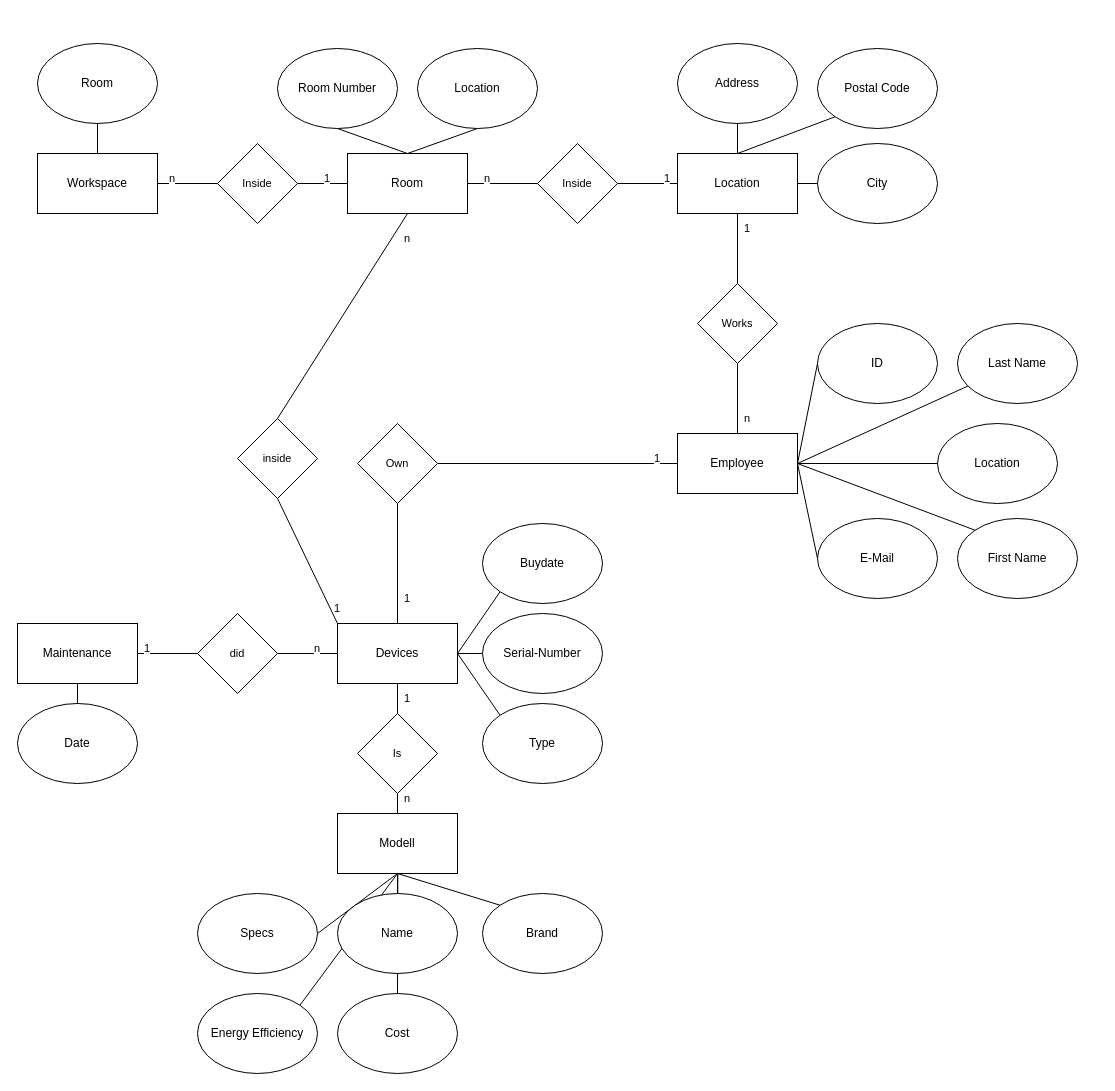
Earlier version of the draw.io diagram Planing/ER Modell.drawio (Moesly2904/Learning_Field_02). Source tidied: cells renumbered, new cells numbered last; positions are measured from the earlier drawing's top-left corner, leaving out a move shared by most shapes. Both pictures are drawn from the tidied source at 100%, with x=0, y=0 at pixel (17, 43).
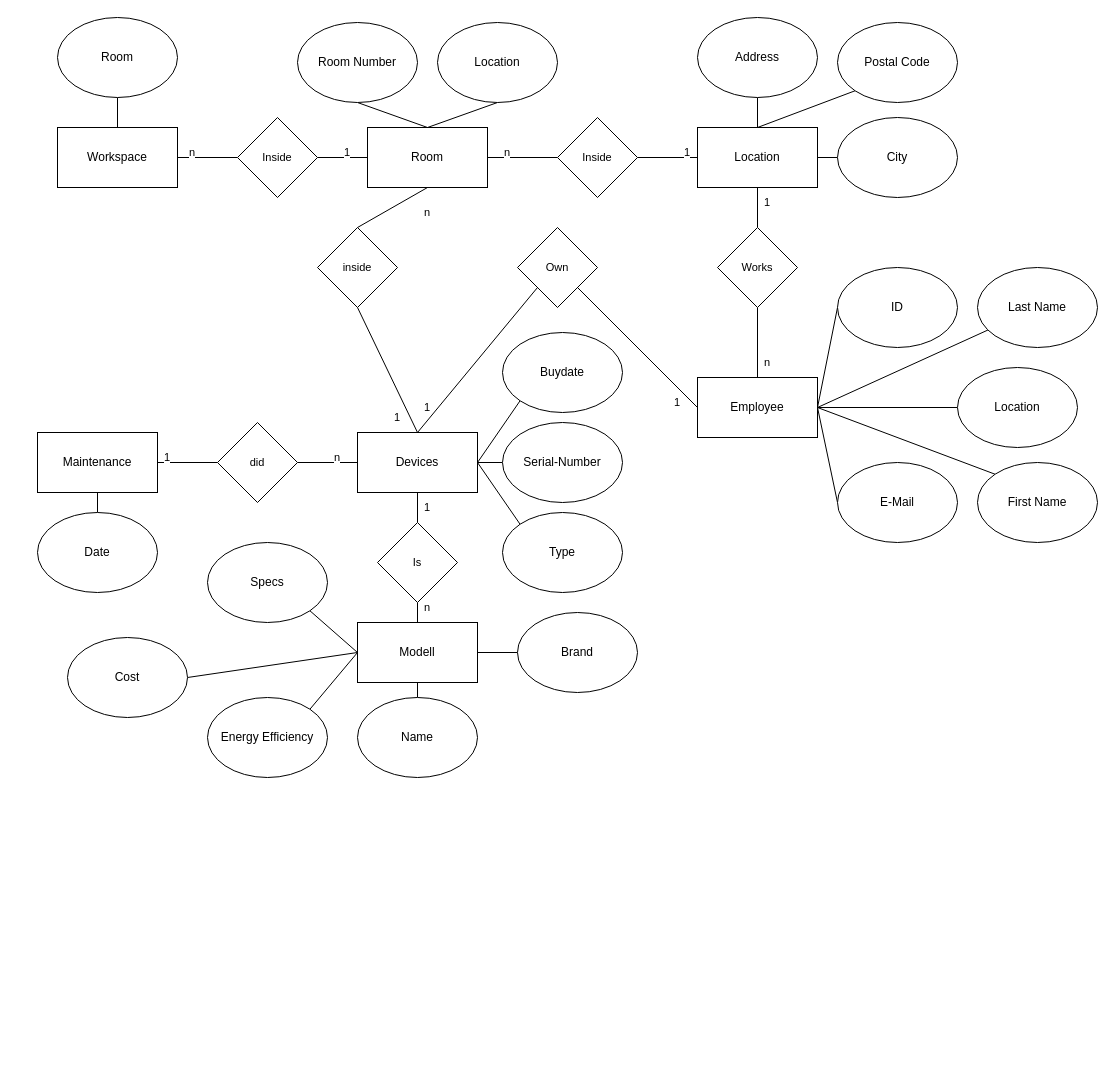
The same page after the edit.

Change to the diagram source:
```diff
@@
     <mxCell id="2" style="edgeStyle=none;shape=connector;rounded=0;jettySize=auto;html=1;exitX=0;exitY=0;exitDx=0;exitDy=0;strokeColor=default;align=center;verticalAlign=middle;fontFamily=Helvetica;fontSize=11;fontColor=default;labelBackgroundColor=default;endArrow=none;endFill=0;" parent="1" edge="1" source="30">
       <mxGeometry relative="1" as="geometry">
-        <mxPoint x="780" y="420" as="targetPoint" />
+        <mxPoint x="800" y="364" as="targetPoint" />
       </mxGeometry>
     </mxCell>
@@
-    <mxCell id="4" style="edgeStyle=none;shape=connector;rounded=0;jettySize=auto;html=1;exitX=0;exitY=0;exitDx=0;exitDy=0;entryX=0.5;entryY=1;entryDx=0;entryDy=0;strokeColor=default;align=center;verticalAlign=middle;fontFamily=Helvetica;fontSize=11;fontColor=default;labelBackgroundColor=default;endArrow=none;endFill=0;" parent="1" edge="1" source="5" target="81">
+    <mxCell id="4" style="edgeStyle=none;shape=connector;rounded=0;jettySize=auto;html=1;exitX=0.5;exitY=0;exitDx=0;exitDy=0;entryX=0.5;entryY=1;entryDx=0;entryDy=0;strokeColor=default;align=center;verticalAlign=middle;fontFamily=Helvetica;fontSize=11;fontColor=default;labelBackgroundColor=default;endArrow=none;endFill=0;" parent="1" edge="1" source="5" target="81">
       <mxGeometry relative="1" as="geometry" />
     </mxCell>
     <mxCell id="5" value="Devices" style="rounded=0;whiteSpace=wrap;html=1;" parent="1" vertex="1">
-      <mxGeometry x="320" y="580" width="120" height="60" as="geometry" />
+      <mxGeometry x="340" y="389" width="120" height="60" as="geometry" />
     </mxCell>
@@
     <mxCell id="7" value="Type" style="ellipse;whiteSpace=wrap;html=1;" parent="1" vertex="1">
-      <mxGeometry x="465" y="660" width="120" height="80" as="geometry" />
+      <mxGeometry x="485" y="469" width="120" height="80" as="geometry" />
     </mxCell>
@@
     <mxCell id="9" value="Modell" style="rounded=0;whiteSpace=wrap;html=1;" parent="1" vertex="1">
-      <mxGeometry x="320" y="770" width="120" height="60" as="geometry" />
+      <mxGeometry x="340" y="579" width="120" height="60" as="geometry" />
     </mxCell>
@@
     <mxCell id="11" value="Buydate" style="ellipse;whiteSpace=wrap;html=1;" parent="1" vertex="1">
-      <mxGeometry x="465" y="480" width="120" height="80" as="geometry" />
+      <mxGeometry x="485" y="289" width="120" height="80" as="geometry" />
     </mxCell>
     <mxCell id="12" value="Maintenance" style="rounded=0;whiteSpace=wrap;html=1;" parent="1" vertex="1">
-      <mxGeometry y="580" width="120" height="60" as="geometry" />
+      <mxGeometry x="20" y="389" width="120" height="60" as="geometry" />
     </mxCell>
@@
     <mxCell id="14" value="Date" style="ellipse;whiteSpace=wrap;html=1;" parent="1" vertex="1">
-      <mxGeometry y="660" width="120" height="80" as="geometry" />
+      <mxGeometry x="20" y="469" width="120" height="80" as="geometry" />
     </mxCell>
@@
     <mxCell id="16" value="Workspace" style="rounded=0;whiteSpace=wrap;html=1;" parent="1" vertex="1">
-      <mxGeometry x="20" y="110" width="120" height="60" as="geometry" />
+      <mxGeometry x="40" y="84" width="120" height="60" as="geometry" />
     </mxCell>
@@
     <mxCell id="18" value="Room" style="ellipse;whiteSpace=wrap;html=1;" parent="1" vertex="1">
-      <mxGeometry x="20" width="120" height="80" as="geometry" />
+      <mxGeometry x="40" y="-26" width="120" height="80" as="geometry" />
     </mxCell>
@@
     <mxCell id="20" value="Room" style="rounded=0;whiteSpace=wrap;html=1;" parent="1" vertex="1">
-      <mxGeometry x="330" y="110" width="120" height="60" as="geometry" />
+      <mxGeometry x="350" y="84" width="120" height="60" as="geometry" />
     </mxCell>
@@
     <mxCell id="22" value="Location" style="ellipse;whiteSpace=wrap;html=1;" parent="1" vertex="1">
-      <mxGeometry x="400" y="5" width="120" height="80" as="geometry" />
+      <mxGeometry x="420" y="-21" width="120" height="80" as="geometry" />
     </mxCell>
@@
     <mxCell id="24" value="&lt;div&gt;Room Number&lt;/div&gt;" style="ellipse;whiteSpace=wrap;html=1;" parent="1" vertex="1">
-      <mxGeometry x="260" y="5" width="120" height="80" as="geometry" />
+      <mxGeometry x="280" y="-21" width="120" height="80" as="geometry" />
     </mxCell>
@@
     <mxCell id="26" value="Employee" style="rounded=0;whiteSpace=wrap;html=1;" parent="1" vertex="1">
-      <mxGeometry x="660" y="390" width="120" height="60" as="geometry" />
+      <mxGeometry x="680" y="334" width="120" height="60" as="geometry" />
     </mxCell>
@@
     <mxCell id="28" value="Last Name" style="ellipse;whiteSpace=wrap;html=1;" parent="1" vertex="1">
-      <mxGeometry x="940" y="280" width="120" height="80" as="geometry" />
+      <mxGeometry x="960" y="224" width="120" height="80" as="geometry" />
     </mxCell>
@@
     <mxCell id="30" value="First Name" style="ellipse;whiteSpace=wrap;html=1;" parent="1" vertex="1">
-      <mxGeometry x="940" y="475" width="120" height="80" as="geometry" />
+      <mxGeometry x="960" y="419" width="120" height="80" as="geometry" />
     </mxCell>
@@
     <mxCell id="32" value="ID" style="ellipse;whiteSpace=wrap;html=1;" parent="1" vertex="1">
-      <mxGeometry x="800" y="280" width="120" height="80" as="geometry" />
+      <mxGeometry x="820" y="224" width="120" height="80" as="geometry" />
     </mxCell>
@@
     <mxCell id="34" value="Serial-Number" style="ellipse;whiteSpace=wrap;html=1;" parent="1" vertex="1">
-      <mxGeometry x="465" y="570" width="120" height="80" as="geometry" />
+      <mxGeometry x="485" y="379" width="120" height="80" as="geometry" />
     </mxCell>
@@
     <mxCell id="36" value="Inside" style="rhombus;whiteSpace=wrap;html=1;fontFamily=Helvetica;fontSize=11;fontColor=default;labelBackgroundColor=default;" parent="1" vertex="1">
-      <mxGeometry x="520" y="100" width="80" height="80" as="geometry" />
+      <mxGeometry x="540" y="74" width="80" height="80" as="geometry" />
     </mxCell>
@@
     <mxCell id="38" value="Inside" style="rhombus;whiteSpace=wrap;html=1;fontFamily=Helvetica;fontSize=11;fontColor=default;labelBackgroundColor=default;" parent="1" vertex="1">
-      <mxGeometry x="200" y="100" width="80" height="80" as="geometry" />
+      <mxGeometry x="220" y="74" width="80" height="80" as="geometry" />
     </mxCell>
     <mxCell id="39" value="n" style="text;html=1;whiteSpace=wrap;strokeColor=none;fillColor=none;align=center;verticalAlign=middle;rounded=0;fontFamily=Helvetica;fontSize=11;fontColor=default;labelBackgroundColor=default;" parent="1" vertex="1">
-      <mxGeometry x="125" y="120" width="60" height="30" as="geometry" />
+      <mxGeometry x="145" y="94" width="60" height="30" as="geometry" />
     </mxCell>
     <mxCell id="40" value="&lt;div&gt;1&lt;/div&gt;" style="text;html=1;whiteSpace=wrap;strokeColor=none;fillColor=none;align=center;verticalAlign=middle;rounded=0;fontFamily=Helvetica;fontSize=11;fontColor=default;labelBackgroundColor=default;" parent="1" vertex="1">
-      <mxGeometry x="280" y="120" width="60" height="30" as="geometry" />
+      <mxGeometry x="300" y="94" width="60" height="30" as="geometry" />
     </mxCell>
     <mxCell id="41" value="Location" style="rounded=0;whiteSpace=wrap;html=1;" parent="1" vertex="1">
-      <mxGeometry x="660" y="110" width="120" height="60" as="geometry" />
+      <mxGeometry x="680" y="84" width="120" height="60" as="geometry" />
     </mxCell>
@@
     <mxCell id="43" value="Address" style="ellipse;whiteSpace=wrap;html=1;" parent="1" vertex="1">
-      <mxGeometry x="660" width="120" height="80" as="geometry" />
+      <mxGeometry x="680" y="-26" width="120" height="80" as="geometry" />
     </mxCell>
     <mxCell id="44" style="edgeStyle=none;shape=connector;rounded=0;jettySize=auto;html=1;exitX=0;exitY=1;exitDx=0;exitDy=0;strokeColor=default;align=center;verticalAlign=middle;fontFamily=Helvetica;fontSize=11;fontColor=default;labelBackgroundColor=default;endArrow=none;endFill=0;" parent="1" edge="1" source="45">
       <mxGeometry relative="1" as="geometry">
-        <mxPoint x="720" y="110" as="targetPoint" />
+        <mxPoint x="740" y="84" as="targetPoint" />
       </mxGeometry>
     </mxCell>
     <mxCell id="45" value="Postal Code" style="ellipse;whiteSpace=wrap;html=1;" parent="1" vertex="1">
-      <mxGeometry x="800" y="5" width="120" height="80" as="geometry" />
+      <mxGeometry x="820" y="-21" width="120" height="80" as="geometry" />
     </mxCell>
@@
     <mxCell id="47" value="City" style="ellipse;whiteSpace=wrap;html=1;" parent="1" vertex="1">
-      <mxGeometry x="800" y="100" width="120" height="80" as="geometry" />
+      <mxGeometry x="820" y="74" width="120" height="80" as="geometry" />
     </mxCell>
     <mxCell id="48" value="n" style="text;html=1;whiteSpace=wrap;strokeColor=none;fillColor=none;align=center;verticalAlign=middle;rounded=0;fontFamily=Helvetica;fontSize=11;fontColor=default;labelBackgroundColor=default;" parent="1" vertex="1">
-      <mxGeometry x="440" y="120" width="60" height="30" as="geometry" />
+      <mxGeometry x="460" y="94" width="60" height="30" as="geometry" />
     </mxCell>
     <mxCell id="49" value="1" style="text;html=1;whiteSpace=wrap;strokeColor=none;fillColor=none;align=center;verticalAlign=middle;rounded=0;fontFamily=Helvetica;fontSize=11;fontColor=default;labelBackgroundColor=default;" parent="1" vertex="1">
-      <mxGeometry x="620" y="120" width="60" height="30" as="geometry" />
+      <mxGeometry x="640" y="94" width="60" height="30" as="geometry" />
     </mxCell>
     <mxCell id="50" value="E-Mail" style="ellipse;whiteSpace=wrap;html=1;" parent="1" vertex="1">
-      <mxGeometry x="800" y="475" width="120" height="80" as="geometry" />
+      <mxGeometry x="820" y="419" width="120" height="80" as="geometry" />
     </mxCell>
     <mxCell id="51" value="Location" style="ellipse;whiteSpace=wrap;html=1;" parent="1" vertex="1">
-      <mxGeometry x="920" y="380" width="120" height="80" as="geometry" />
+      <mxGeometry x="940" y="324" width="120" height="80" as="geometry" />
     </mxCell>
@@
     <mxCell id="53" value="Works" style="rhombus;whiteSpace=wrap;html=1;fontFamily=Helvetica;fontSize=11;fontColor=default;labelBackgroundColor=default;" parent="1" vertex="1">
-      <mxGeometry x="680" y="240" width="80" height="80" as="geometry" />
+      <mxGeometry x="700" y="184" width="80" height="80" as="geometry" />
     </mxCell>
     <mxCell id="54" value="1" style="text;html=1;whiteSpace=wrap;strokeColor=none;fillColor=none;align=center;verticalAlign=middle;rounded=0;fontFamily=Helvetica;fontSize=11;fontColor=default;labelBackgroundColor=default;" parent="1" vertex="1">
-      <mxGeometry x="700" y="170" width="60" height="30" as="geometry" />
+      <mxGeometry x="720" y="144" width="60" height="30" as="geometry" />
     </mxCell>
     <mxCell id="55" value="n" style="text;html=1;whiteSpace=wrap;strokeColor=none;fillColor=none;align=center;verticalAlign=middle;rounded=0;fontFamily=Helvetica;fontSize=11;fontColor=default;labelBackgroundColor=default;" parent="1" vertex="1">
-      <mxGeometry x="700" y="360" width="60" height="30" as="geometry" />
+      <mxGeometry x="720" y="304" width="60" height="30" as="geometry" />
     </mxCell>
-    <mxCell id="56" style="edgeStyle=none;shape=connector;rounded=0;jettySize=auto;html=1;exitX=1;exitY=0.5;exitDx=0;exitDy=0;entryX=0;entryY=0.5;entryDx=0;entryDy=0;strokeColor=default;align=center;verticalAlign=middle;fontFamily=Helvetica;fontSize=11;fontColor=default;labelBackgroundColor=default;endArrow=none;endFill=0;" parent="1" edge="1" source="58" target="26">
+    <mxCell id="56" style="edgeStyle=none;shape=connector;rounded=0;jettySize=auto;html=1;exitX=1;exitY=1;exitDx=0;exitDy=0;entryX=0;entryY=0.5;entryDx=0;entryDy=0;strokeColor=default;align=center;verticalAlign=middle;fontFamily=Helvetica;fontSize=11;fontColor=default;labelBackgroundColor=default;endArrow=none;endFill=0;" parent="1" edge="1" source="58" target="26">
       <mxGeometry relative="1" as="geometry" />
     </mxCell>
-    <mxCell id="57" style="edgeStyle=none;shape=connector;rounded=0;jettySize=auto;html=1;exitX=0.5;exitY=1;exitDx=0;exitDy=0;entryX=0.5;entryY=0;entryDx=0;entryDy=0;strokeColor=default;align=center;verticalAlign=middle;fontFamily=Helvetica;fontSize=11;fontColor=default;labelBackgroundColor=default;endArrow=none;endFill=0;" parent="1" edge="1" source="58" target="5">
+    <mxCell id="57" style="edgeStyle=none;shape=connector;rounded=0;jettySize=auto;html=1;exitX=0;exitY=1;exitDx=0;exitDy=0;entryX=0.5;entryY=0;entryDx=0;entryDy=0;strokeColor=default;align=center;verticalAlign=middle;fontFamily=Helvetica;fontSize=11;fontColor=default;labelBackgroundColor=default;endArrow=none;endFill=0;" parent="1" edge="1" source="58" target="5">
       <mxGeometry relative="1" as="geometry" />
     </mxCell>
     <mxCell id="58" value="Own" style="rhombus;whiteSpace=wrap;html=1;fontFamily=Helvetica;fontSize=11;fontColor=default;labelBackgroundColor=default;" parent="1" vertex="1">
-      <mxGeometry x="340" y="380" width="80" height="80" as="geometry" />
+      <mxGeometry x="500" y="184" width="80" height="80" as="geometry" />
     </mxCell>
     <mxCell id="59" value="1" style="text;html=1;whiteSpace=wrap;strokeColor=none;fillColor=none;align=center;verticalAlign=middle;rounded=0;fontFamily=Helvetica;fontSize=11;fontColor=default;labelBackgroundColor=default;" parent="1" vertex="1">
-      <mxGeometry x="360" y="540" width="60" height="30" as="geometry" />
+      <mxGeometry x="380" y="349" width="60" height="30" as="geometry" />
     </mxCell>
     <mxCell id="60" value="1" style="text;html=1;whiteSpace=wrap;strokeColor=none;fillColor=none;align=center;verticalAlign=middle;rounded=0;fontFamily=Helvetica;fontSize=11;fontColor=default;labelBackgroundColor=default;" parent="1" vertex="1">
-      <mxGeometry x="610" y="400" width="60" height="30" as="geometry" />
+      <mxGeometry x="630" y="344" width="60" height="30" as="geometry" />
     </mxCell>
@@
     <mxCell id="63" value="did" style="rhombus;whiteSpace=wrap;html=1;fontFamily=Helvetica;fontSize=11;fontColor=default;labelBackgroundColor=default;" parent="1" vertex="1">
-      <mxGeometry x="180" y="570" width="80" height="80" as="geometry" />
+      <mxGeometry x="200" y="379" width="80" height="80" as="geometry" />
     </mxCell>
     <mxCell id="64" value="1" style="text;html=1;whiteSpace=wrap;strokeColor=none;fillColor=none;align=center;verticalAlign=middle;rounded=0;fontFamily=Helvetica;fontSize=11;fontColor=default;labelBackgroundColor=default;" parent="1" vertex="1">
-      <mxGeometry x="100" y="590" width="60" height="30" as="geometry" />
+      <mxGeometry x="120" y="399" width="60" height="30" as="geometry" />
     </mxCell>
     <mxCell id="65" value="n" style="text;html=1;whiteSpace=wrap;strokeColor=none;fillColor=none;align=center;verticalAlign=middle;rounded=0;fontFamily=Helvetica;fontSize=11;fontColor=default;labelBackgroundColor=default;" parent="1" vertex="1">
-      <mxGeometry x="270" y="590" width="60" height="30" as="geometry" />
+      <mxGeometry x="290" y="399" width="60" height="30" as="geometry" />
     </mxCell>
     <mxCell id="66" value="1" style="text;html=1;whiteSpace=wrap;strokeColor=none;fillColor=none;align=center;verticalAlign=middle;rounded=0;fontFamily=Helvetica;fontSize=11;fontColor=default;labelBackgroundColor=default;" parent="1" vertex="1">
-      <mxGeometry x="360" y="640" width="60" height="30" as="geometry" />
+      <mxGeometry x="380" y="449" width="60" height="30" as="geometry" />
     </mxCell>
@@
     <mxCell id="68" value="Is" style="rhombus;whiteSpace=wrap;html=1;fontFamily=Helvetica;fontSize=11;fontColor=default;labelBackgroundColor=default;" parent="1" vertex="1">
-      <mxGeometry x="340" y="670" width="80" height="80" as="geometry" />
+      <mxGeometry x="360" y="479" width="80" height="80" as="geometry" />
     </mxCell>
     <mxCell id="69" value="n" style="text;html=1;whiteSpace=wrap;strokeColor=none;fillColor=none;align=center;verticalAlign=middle;rounded=0;fontFamily=Helvetica;fontSize=11;fontColor=default;labelBackgroundColor=default;" parent="1" vertex="1">
-      <mxGeometry x="360" y="740" width="60" height="30" as="geometry" />
+      <mxGeometry x="380" y="549" width="60" height="30" as="geometry" />
     </mxCell>
-    <mxCell id="70" style="edgeStyle=none;shape=connector;rounded=0;jettySize=auto;html=1;exitX=0.5;exitY=0;exitDx=0;exitDy=0;entryX=0.5;entryY=1;entryDx=0;entryDy=0;strokeColor=default;align=center;verticalAlign=middle;fontFamily=Helvetica;fontSize=11;fontColor=default;labelBackgroundColor=default;endArrow=none;endFill=0;" parent="1" edge="1" source="79" target="9">
-      <mxGeometry relative="1" as="geometry" />
-    </mxCell>
-    <mxCell id="71" style="edgeStyle=none;shape=connector;rounded=0;jettySize=auto;html=1;exitX=1;exitY=0.5;exitDx=0;exitDy=0;entryX=0.5;entryY=1;entryDx=0;entryDy=0;strokeColor=default;align=center;verticalAlign=middle;fontFamily=Helvetica;fontSize=11;fontColor=default;labelBackgroundColor=default;endArrow=none;endFill=0;" parent="1" edge="1" source="72" target="9">
+    <mxCell id="71" style="edgeStyle=none;shape=connector;rounded=0;jettySize=auto;html=1;exitX=1;exitY=1;exitDx=0;exitDy=0;entryX=0;entryY=0.5;entryDx=0;entryDy=0;strokeColor=default;align=center;verticalAlign=middle;fontFamily=Helvetica;fontSize=11;fontColor=default;labelBackgroundColor=default;endArrow=none;endFill=0;" parent="1" edge="1" source="72" target="9">
       <mxGeometry relative="1" as="geometry" />
     </mxCell>
     <mxCell id="72" value="Specs" style="ellipse;whiteSpace=wrap;html=1;" parent="1" vertex="1">
-      <mxGeometry x="180" y="850" width="120" height="80" as="geometry" />
+      <mxGeometry x="190" y="499" width="120" height="80" as="geometry" />
     </mxCell>
-    <mxCell id="73" style="edgeStyle=none;shape=connector;rounded=0;jettySize=auto;html=1;exitX=0;exitY=0;exitDx=0;exitDy=0;entryX=0.5;entryY=1;entryDx=0;entryDy=0;strokeColor=default;align=center;verticalAlign=middle;fontFamily=Helvetica;fontSize=11;fontColor=default;labelBackgroundColor=default;endArrow=none;endFill=0;" parent="1" edge="1" source="74" target="9">
+    <mxCell id="73" style="edgeStyle=none;shape=connector;rounded=0;jettySize=auto;html=1;exitX=0;exitY=0.5;exitDx=0;exitDy=0;entryX=1;entryY=0.5;entryDx=0;entryDy=0;strokeColor=default;align=center;verticalAlign=middle;fontFamily=Helvetica;fontSize=11;fontColor=default;labelBackgroundColor=default;endArrow=none;endFill=0;" parent="1" edge="1" source="74" target="9">
       <mxGeometry relative="1" as="geometry" />
     </mxCell>
     <mxCell id="74" value="Brand" style="ellipse;whiteSpace=wrap;html=1;" parent="1" vertex="1">
-      <mxGeometry x="465" y="850" width="120" height="80" as="geometry" />
+      <mxGeometry x="500" y="569" width="120" height="80" as="geometry" />
     </mxCell>
-    <mxCell id="75" style="edgeStyle=none;shape=connector;rounded=0;jettySize=auto;html=1;exitX=1;exitY=0;exitDx=0;exitDy=0;strokeColor=default;align=center;verticalAlign=middle;fontFamily=Helvetica;fontSize=11;fontColor=default;labelBackgroundColor=default;endArrow=none;endFill=0;" parent="1" edge="1" source="76">
-      <mxGeometry relative="1" as="geometry">
-        <mxPoint x="380" y="830" as="targetPoint" />
-      </mxGeometry>
+    <mxCell id="75" style="edgeStyle=none;shape=connector;rounded=0;jettySize=auto;html=1;exitX=1;exitY=0;exitDx=0;exitDy=0;strokeColor=default;align=center;verticalAlign=middle;fontFamily=Helvetica;fontSize=11;fontColor=default;labelBackgroundColor=default;endArrow=none;endFill=0;entryX=0;entryY=0.5;entryDx=0;entryDy=0;" parent="1" edge="1" source="76" target="9">
+      <mxGeometry relative="1" as="geometry" />
     </mxCell>
     <mxCell id="76" value="Energy Efficiency" style="ellipse;whiteSpace=wrap;html=1;" parent="1" vertex="1">
-      <mxGeometry x="180" y="950" width="120" height="80" as="geometry" />
+      <mxGeometry x="190" y="654" width="120" height="80" as="geometry" />
     </mxCell>
-    <mxCell id="77" style="edgeStyle=none;shape=connector;rounded=0;jettySize=auto;html=1;exitX=0.5;exitY=0;exitDx=0;exitDy=0;strokeColor=default;align=center;verticalAlign=middle;fontFamily=Helvetica;fontSize=11;fontColor=default;labelBackgroundColor=default;endArrow=none;endFill=0;" parent="1" edge="1" source="78">
-      <mxGeometry relative="1" as="geometry">
-        <mxPoint x="380.3" y="830" as="targetPoint" />
-      </mxGeometry>
+    <mxCell id="77" style="edgeStyle=none;shape=connector;rounded=0;jettySize=auto;html=1;exitX=1;exitY=0.5;exitDx=0;exitDy=0;strokeColor=default;align=center;verticalAlign=middle;fontFamily=Helvetica;fontSize=11;fontColor=default;labelBackgroundColor=default;endArrow=none;endFill=0;entryX=0;entryY=0.5;entryDx=0;entryDy=0;" parent="1" edge="1" source="78" target="9">
+      <mxGeometry relative="1" as="geometry" />
     </mxCell>
     <mxCell id="78" value="Cost" style="ellipse;whiteSpace=wrap;html=1;" parent="1" vertex="1">
-      <mxGeometry x="320" y="950" width="120" height="80" as="geometry" />
+      <mxGeometry x="50" y="594" width="120" height="80" as="geometry" />
     </mxCell>
+    <mxCell id="70" style="edgeStyle=none;shape=connector;rounded=0;jettySize=auto;html=1;exitX=0.5;exitY=0;exitDx=0;exitDy=0;entryX=0.5;entryY=1;entryDx=0;entryDy=0;strokeColor=default;align=center;verticalAlign=middle;fontFamily=Helvetica;fontSize=11;fontColor=default;labelBackgroundColor=default;endArrow=none;endFill=0;" parent="1" edge="1" source="79" target="9">
+      <mxGeometry relative="1" as="geometry" />
+    </mxCell>
     <mxCell id="79" value="Name" style="ellipse;whiteSpace=wrap;html=1;" parent="1" vertex="1">
-      <mxGeometry x="320" y="850" width="120" height="80" as="geometry" />
+      <mxGeometry x="340" y="654" width="120" height="80" as="geometry" />
     </mxCell>
@@
     <mxCell id="81" value="inside" style="rhombus;whiteSpace=wrap;html=1;fontFamily=Helvetica;fontSize=11;fontColor=default;labelBackgroundColor=default;" parent="1" vertex="1">
-      <mxGeometry x="220" y="375" width="80" height="80" as="geometry" />
+      <mxGeometry x="300" y="184" width="80" height="80" as="geometry" />
     </mxCell>
     <mxCell id="82" value="1" style="text;html=1;whiteSpace=wrap;strokeColor=none;fillColor=none;align=center;verticalAlign=middle;rounded=0;fontFamily=Helvetica;fontSize=11;fontColor=default;labelBackgroundColor=default;" parent="1" vertex="1">
-      <mxGeometry x="290" y="550" width="60" height="30" as="geometry" />
+      <mxGeometry x="350" y="359" width="60" height="30" as="geometry" />
     </mxCell>
     <mxCell id="83" value="n" style="text;html=1;whiteSpace=wrap;strokeColor=none;fillColor=none;align=center;verticalAlign=middle;rounded=0;fontFamily=Helvetica;fontSize=11;fontColor=default;labelBackgroundColor=default;" parent="1" vertex="1">
-      <mxGeometry x="360" y="180" width="60" height="30" as="geometry" />
+      <mxGeometry x="380" y="154" width="60" height="30" as="geometry" />
     </mxCell>
```
